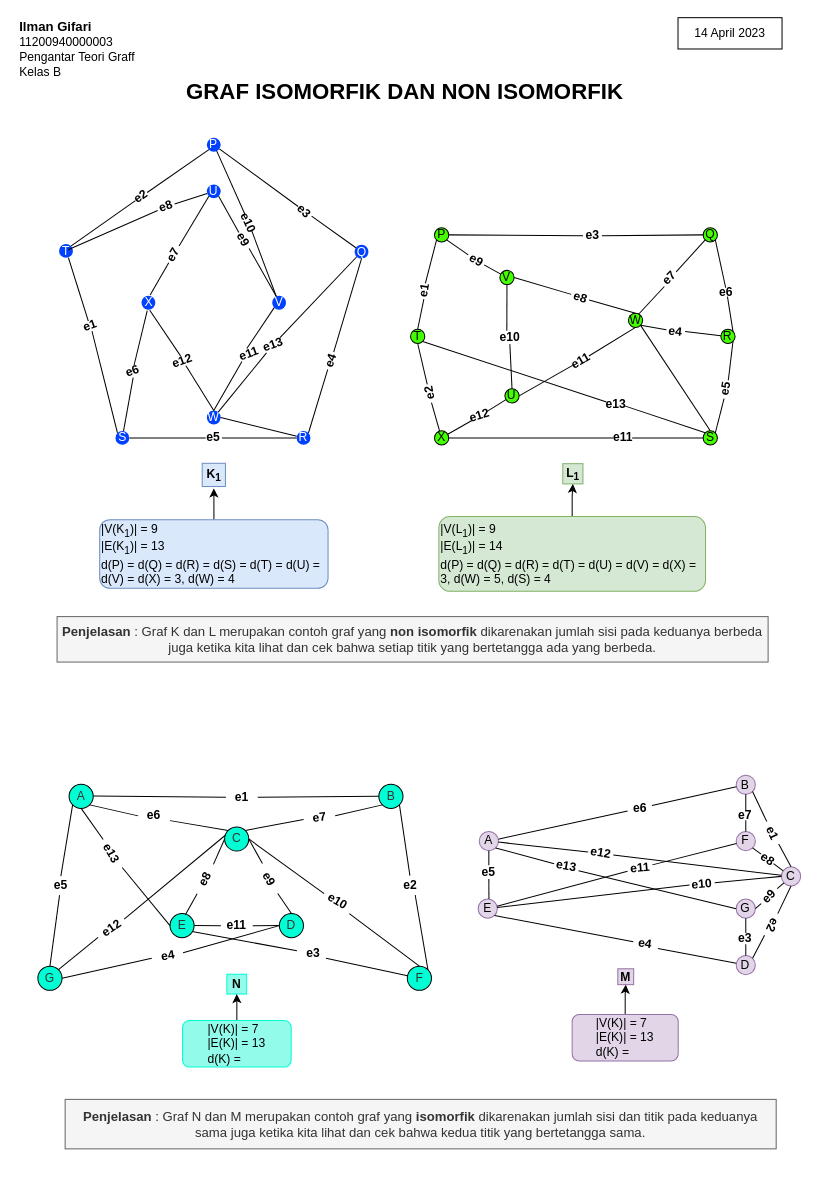
Earlier version of the draw.io diagram Untitled Diagram.drawio (ilman79/TugasGraff). Source tidied: cells renumbered, new cells numbered last; positions are measured from the earlier drawing's top-left corner, leaving out a move shared by most shapes. Both pictures are drawn from the tidied source at 101%, with x=0, y=0 at pixel (17, 17).
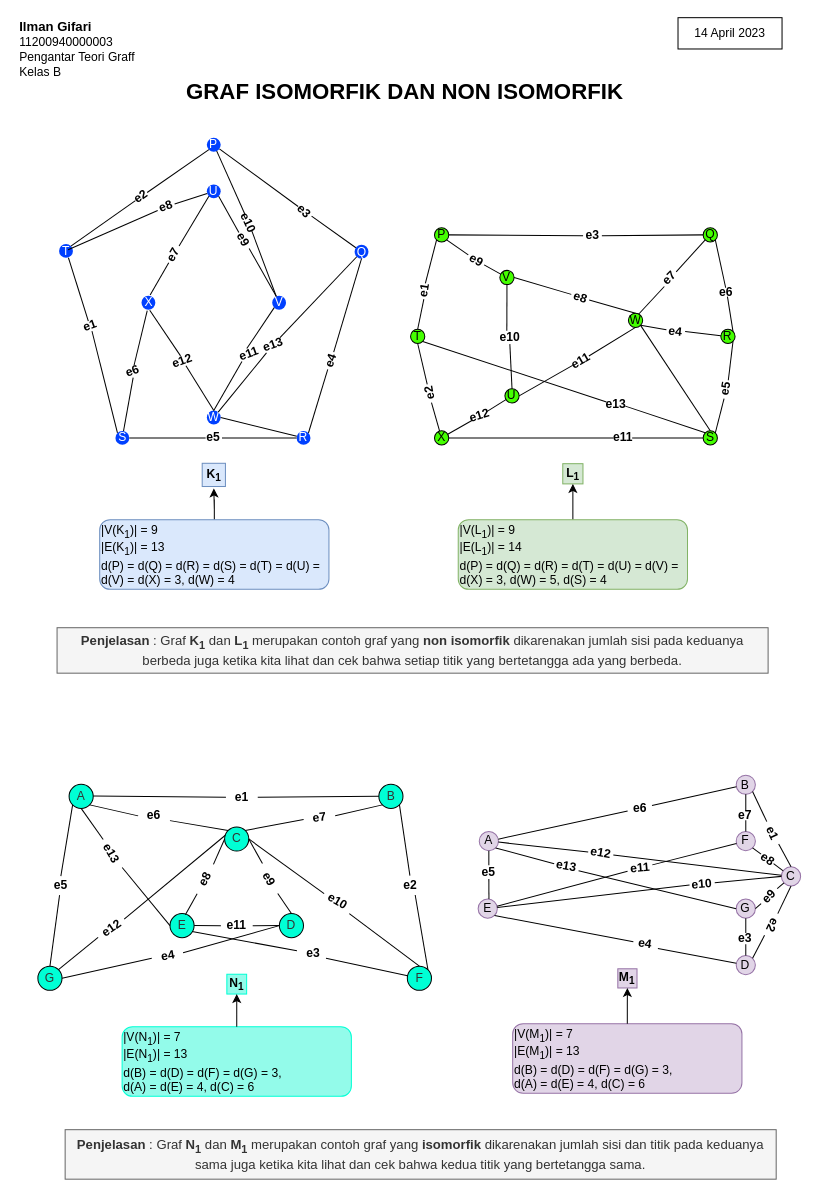
The same diagram, later.

Unchanged cells that the change refers to:
```xml
<mxCell id="117" style="group;" parent="1" vertex="1">
  <mxGeometry x="20" y="759" width="389.7" height="280" as="geometry" />
</mxCell>
<mxCell id="132" style="group;" parent="118" vertex="1">
  <mxGeometry x="30.9" width="284.5" height="207.7" as="geometry" />
</mxCell>
<mxCell id="169" style="group;" parent="1" vertex="1">
  <mxGeometry x="454" y="750" width="321.2" height="283" as="geometry" />
</mxCell>
<mxCell id="172" style="group;" parent="171" vertex="1">
  <mxGeometry width="303.6" height="222.2" as="geometry" />
</mxCell>
```

What changed in the source:
```diff
@@
     <mxCell id="114" value="&lt;div style=&quot;&quot;&gt;&lt;span style=&quot;background-color: initial;&quot;&gt;|V(K&lt;sub&gt;1&lt;/sub&gt;)| = 9&amp;nbsp;&lt;/span&gt;&lt;br&gt;&lt;span style=&quot;background-color: initial;&quot;&gt;|E(K&lt;sub&gt;1&lt;/sub&gt;)| = 13&lt;/span&gt;&lt;br&gt;&lt;span style=&quot;background-color: initial;&quot;&gt;d(P) = d(Q) = d(R) = d(S) = d(T) = d(U) = d(V) = d(X) = 3, d(W) = 4&lt;/span&gt;&lt;br&gt;&lt;/div&gt;" style="rounded=1;whiteSpace=wrap;html=1;align=left;fillColor=#dae8fc;strokeColor=#6c8ebf;" parent="1" vertex="1">
-      <mxGeometry x="81.2" y="497" width="226.1" height="68" as="geometry" />
+      <mxGeometry x="81.2" y="497" width="227" height="69" as="geometry" />
     </mxCell>
@@
     <mxCell id="116" value="&lt;div style=&quot;&quot;&gt;&lt;span style=&quot;background-color: initial;&quot;&gt;|V(L&lt;sub&gt;1&lt;/sub&gt;)| = 9&amp;nbsp;&lt;/span&gt;&lt;/div&gt;&lt;div style=&quot;&quot;&gt;&lt;span style=&quot;background-color: initial;&quot;&gt;|E(L&lt;sub&gt;1&lt;/sub&gt;)| = 14&lt;/span&gt;&lt;/div&gt;&lt;div style=&quot;&quot;&gt;d(P) = d(Q) = d(R) = d(T) = d(U) = d(V) = d(X) = 3, d(W) = 5, d(S) = 4&lt;/div&gt;" style="rounded=1;whiteSpace=wrap;html=1;align=left;fillColor=#d5e8d4;strokeColor=#82b366;" parent="1" vertex="1">
-      <mxGeometry x="417" y="494" width="264" height="74" as="geometry" />
+      <mxGeometry x="436.2" y="497" width="227" height="69" as="geometry" />
     </mxCell>
@@
-    <mxCell id="164" value="&lt;b&gt;N&lt;/b&gt;" style="whiteSpace=wrap;html=1;labelBackgroundColor=none;fillColor=#93fbea;strokeColor=#00ffd5;align=center;" parent="132" vertex="1">
+    <mxCell id="164" value="&lt;b&gt;N&lt;sub&gt;1&lt;/sub&gt;&lt;/b&gt;" style="whiteSpace=wrap;html=1;labelBackgroundColor=none;fillColor=#93fbea;strokeColor=#00ffd5;align=center;" parent="132" vertex="1">
       <mxGeometry x="156.2" y="188.1" width="19.6" height="19.6" as="geometry" />
     </mxCell>
@@
-    <mxCell id="167" style="edgeStyle=orthogonalEdgeStyle;rounded=0;jettySize=auto;html=1;entryX=0.5;entryY=1;entryDx=0;entryDy=0;" parent="117" edge="1" source="168" target="164">
-      <mxGeometry relative="1" as="geometry" />
-    </mxCell>
-    <mxCell id="168" value="&lt;div style=&quot;text-align: justify;&quot;&gt;&lt;span style=&quot;background-color: initial;&quot;&gt;|V(K)| = 7&amp;nbsp;&lt;/span&gt;&lt;/div&gt;&lt;div style=&quot;text-align: justify;&quot;&gt;&lt;span style=&quot;background-color: initial;&quot;&gt;|E(K)| = 13&lt;/span&gt;&lt;/div&gt;&lt;div style=&quot;text-align: justify;&quot;&gt;&lt;span style=&quot;background-color: initial;&quot;&gt;d(K) =&amp;nbsp;&lt;/span&gt;&lt;/div&gt;" style="rounded=1;whiteSpace=wrap;html=1;align=center;fillColor=#93fbea;strokeColor=#00ffd5;" parent="117" vertex="1">
-      <mxGeometry x="143.2" y="234" width="107.6" height="46" as="geometry" />
-    </mxCell>
@@
-    <mxCell id="212" value="&lt;b&gt;M&lt;/b&gt;" style="whiteSpace=wrap;html=1;labelBackgroundColor=none;fillColor=#e1d5e7;strokeColor=#9673a6;align=center;" parent="172" vertex="1">
-      <mxGeometry x="140.2" y="191.7" width="15.7" height="15.7" as="geometry" />
+    <mxCell id="212" value="&lt;b&gt;M&lt;sub&gt;1&lt;/sub&gt;&lt;/b&gt;" style="whiteSpace=wrap;html=1;labelBackgroundColor=none;fillColor=#e1d5e7;strokeColor=#9673a6;align=center;" parent="172" vertex="1">
+      <mxGeometry x="140.2" y="191.7" width="19" height="19" as="geometry" />
     </mxCell>
@@
-    <mxCell id="222" style="edgeStyle=orthogonalEdgeStyle;rounded=0;jettySize=auto;html=1;entryX=0.5;entryY=1;entryDx=0;entryDy=0;" parent="169" edge="1" source="223" target="212">
-      <mxGeometry relative="1" as="geometry" />
-    </mxCell>
-    <mxCell id="223" value="&lt;div style=&quot;text-align: justify;&quot;&gt;&lt;span style=&quot;background-color: initial;&quot;&gt;|V(K)| = 7&amp;nbsp;&lt;/span&gt;&lt;/div&gt;&lt;div style=&quot;text-align: justify;&quot;&gt;&lt;span style=&quot;background-color: initial;&quot;&gt;|E(K)| = 13&lt;/span&gt;&lt;/div&gt;&lt;div style=&quot;text-align: justify;&quot;&gt;&lt;span style=&quot;background-color: initial;&quot;&gt;d(K) =&amp;nbsp;&lt;/span&gt;&lt;/div&gt;" style="rounded=1;whiteSpace=wrap;html=1;align=center;fillColor=#e1d5e7;strokeColor=#9673a6;" parent="169" vertex="1">
-      <mxGeometry x="95" y="237" width="105" height="46" as="geometry" />
-    </mxCell>
-    <mxCell id="224" value="&lt;b style=&quot;font-size: 13px;&quot;&gt;Penjelasan &lt;/b&gt;: Graf K dan L merupakan contoh graf yang &lt;b style=&quot;font-size: 13px;&quot;&gt;non isomorfik &lt;/b&gt;dikarenakan jumlah sisi pada keduanya berbeda juga ketika kita lihat dan cek bahwa setiap titik yang bertetangga ada yang berbeda." style="text;html=1;strokeColor=#666666;fillColor=#f5f5f5;align=center;verticalAlign=middle;whiteSpace=wrap;rounded=0;fontSize=13;fontColor=#333333;" parent="1" vertex="1">
-      <mxGeometry x="39" y="593" width="704" height="45" as="geometry" />
+    <mxCell id="224" value="&lt;b style=&quot;font-size: 13px;&quot;&gt;Penjelasan &lt;/b&gt;: Graf &lt;b&gt;K&lt;sub&gt;1&lt;/sub&gt;&lt;/b&gt; dan &lt;b&gt;L&lt;sub&gt;1&lt;/sub&gt;&lt;/b&gt; merupakan contoh graf yang &lt;b style=&quot;font-size: 13px;&quot;&gt;non isomorfik &lt;/b&gt;dikarenakan jumlah sisi pada keduanya berbeda juga ketika kita lihat dan cek bahwa setiap titik yang bertetangga ada yang berbeda." style="text;html=1;strokeColor=#666666;fillColor=#f5f5f5;align=center;verticalAlign=middle;whiteSpace=wrap;rounded=0;fontSize=13;fontColor=#333333;" parent="1" vertex="1">
+      <mxGeometry x="39" y="604" width="704" height="45" as="geometry" />
     </mxCell>
-    <mxCell id="225" value="&lt;b style=&quot;font-size: 13px;&quot;&gt;Penjelasan &lt;/b&gt;: Graf N dan M merupakan contoh graf yang &lt;b style=&quot;font-size: 13px;&quot;&gt;isomorfik &lt;/b&gt;dikarenakan jumlah sisi dan titik pada keduanya sama juga ketika kita lihat dan cek bahwa kedua titik yang bertetangga sama." style="text;html=1;strokeColor=#666666;fillColor=#f5f5f5;align=center;verticalAlign=middle;whiteSpace=wrap;rounded=0;fontSize=13;fontColor=#333333;" parent="1" vertex="1">
-      <mxGeometry x="47" y="1071" width="704" height="49" as="geometry" />
+    <mxCell id="225" value="&lt;b style=&quot;font-size: 13px;&quot;&gt;Penjelasan &lt;/b&gt;: Graf &lt;b&gt;N&lt;sub&gt;1&lt;/sub&gt;&lt;/b&gt; dan &lt;b&gt;M&lt;sub&gt;1&lt;/sub&gt;&lt;/b&gt; merupakan contoh graf yang &lt;b style=&quot;font-size: 13px;&quot;&gt;isomorfik &lt;/b&gt;dikarenakan jumlah sisi dan titik pada keduanya sama juga ketika kita lihat dan cek bahwa kedua titik yang bertetangga sama." style="text;html=1;strokeColor=#666666;fillColor=#f5f5f5;align=center;verticalAlign=middle;whiteSpace=wrap;rounded=0;fontSize=13;fontColor=#333333;" parent="1" vertex="1">
+      <mxGeometry x="47" y="1101" width="704" height="49" as="geometry" />
     </mxCell>
+    <mxCell id="168" value="&lt;div style=&quot;&quot;&gt;&lt;span style=&quot;background-color: initial;&quot;&gt;|V(N&lt;sub&gt;1&lt;/sub&gt;)| = 7&amp;nbsp;&lt;/span&gt;&lt;/div&gt;&lt;div style=&quot;&quot;&gt;&lt;span style=&quot;background-color: initial;&quot;&gt;|E(N&lt;sub&gt;1&lt;/sub&gt;)| = 13&lt;/span&gt;&lt;/div&gt;&lt;div style=&quot;&quot;&gt;&lt;span style=&quot;background-color: initial;&quot;&gt;d(B) = d(D) = d(F) = d(G) = 3,&amp;nbsp;&lt;/span&gt;&lt;/div&gt;&lt;div style=&quot;&quot;&gt;&lt;span style=&quot;background-color: initial;&quot;&gt;d(A) = d(E) = 4, d(C) = 6&amp;nbsp;&lt;/span&gt;&lt;/div&gt;" style="rounded=1;whiteSpace=wrap;html=1;align=left;fillColor=#93fbea;strokeColor=#00ffd5;" parent="1" vertex="1">
+      <mxGeometry x="103.4" y="999" width="227" height="69" as="geometry" />
+    </mxCell>
+    <mxCell id="167" style="edgeStyle=orthogonalEdgeStyle;rounded=0;jettySize=auto;html=1;entryX=0.5;entryY=1;entryDx=0;entryDy=0;" parent="1" edge="1" source="168" target="164">
+      <mxGeometry relative="1" as="geometry" />
+    </mxCell>
+    <mxCell id="223" value="&lt;div style=&quot;&quot;&gt;&lt;span style=&quot;background-color: initial;&quot;&gt;|V(M&lt;sub&gt;1&lt;/sub&gt;)| = 7&amp;nbsp;&lt;/span&gt;&lt;/div&gt;&lt;div style=&quot;&quot;&gt;&lt;span style=&quot;background-color: initial;&quot;&gt;|E(M&lt;sub&gt;1&lt;/sub&gt;)| = 13&lt;/span&gt;&lt;/div&gt;&lt;div style=&quot;&quot;&gt;&lt;span style=&quot;background-color: initial;&quot;&gt;d(B) = d(D) = d(F) = d(G) = 3,&amp;nbsp;&lt;/span&gt;&lt;/div&gt;&lt;div style=&quot;&quot;&gt;&lt;div style=&quot;border-color: var(--border-color);&quot;&gt;&lt;span style=&quot;border-color: var(--border-color); background-color: initial;&quot;&gt;d(A) = d(E) = 4, d(C) = 6&amp;nbsp;&lt;/span&gt;&lt;/div&gt;&lt;/div&gt;" style="rounded=1;whiteSpace=wrap;html=1;align=left;fillColor=#e1d5e7;strokeColor=#9673a6;" parent="1" vertex="1">
+      <mxGeometry x="490.1" y="996" width="227" height="69" as="geometry" />
+    </mxCell>
+    <mxCell id="222" style="edgeStyle=orthogonalEdgeStyle;rounded=0;jettySize=auto;html=1;entryX=0.5;entryY=1;entryDx=0;entryDy=0;" parent="1" edge="1" source="223" target="212">
+      <mxGeometry relative="1" as="geometry" />
+    </mxCell>
```
